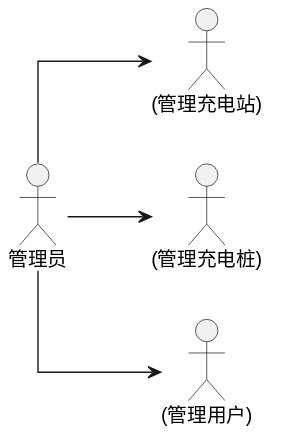
Earlier version of the PlantUML export usecase/docs/backend/img/basic_info.svg (greenhandzdl/charging-station-doc).
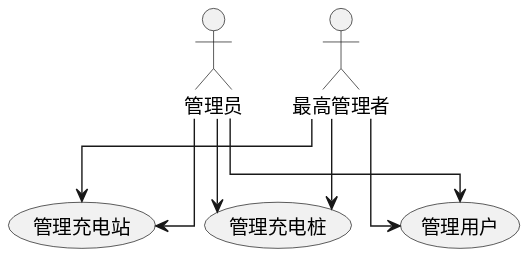
After the change.

What changed in the source:
```diff
@@ -1,14 +1,17 @@
 @startuml
-left to right direction
 skinparam linetype ortho
 
 actor "管理员" as A
+actor "最高管理者" as SA
 
-"(管理充电站)" as MS
-"(管理充电桩)" as MC
-"(管理用户)" as MU
+(管理充电站)
+(管理充电桩)
+(管理用户)
 
-A --> MS
-A --> MC
-A --> MU
+A --> 管理充电站
+A --> 管理充电桩
+A --> 管理用户
+SA --> 管理充电站
+SA --> 管理充电桩
+SA --> 管理用户
 @enduml
```
